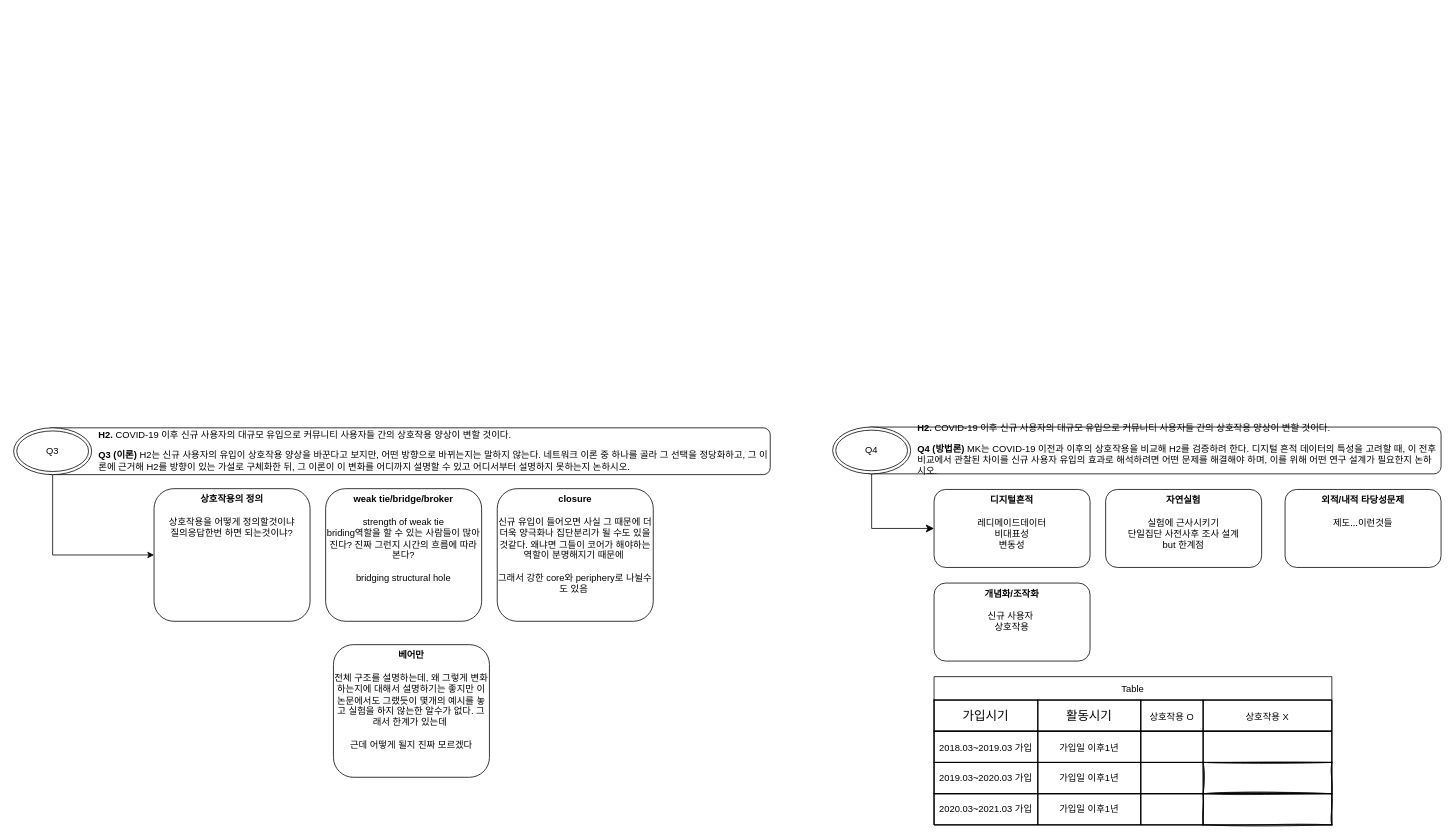
Above: Untitled Diagram.drawio in myokyunghan/drawio_for_qual (draw.io), before the change. Source tidied: cells renumbered, new cells numbered last; positions are measured from the earlier drawing's top-left corner, leaving out a move shared by most shapes. Both pictures are drawn from the tidied source at 78%, with x=0, y=0 at pixel (13, 426).
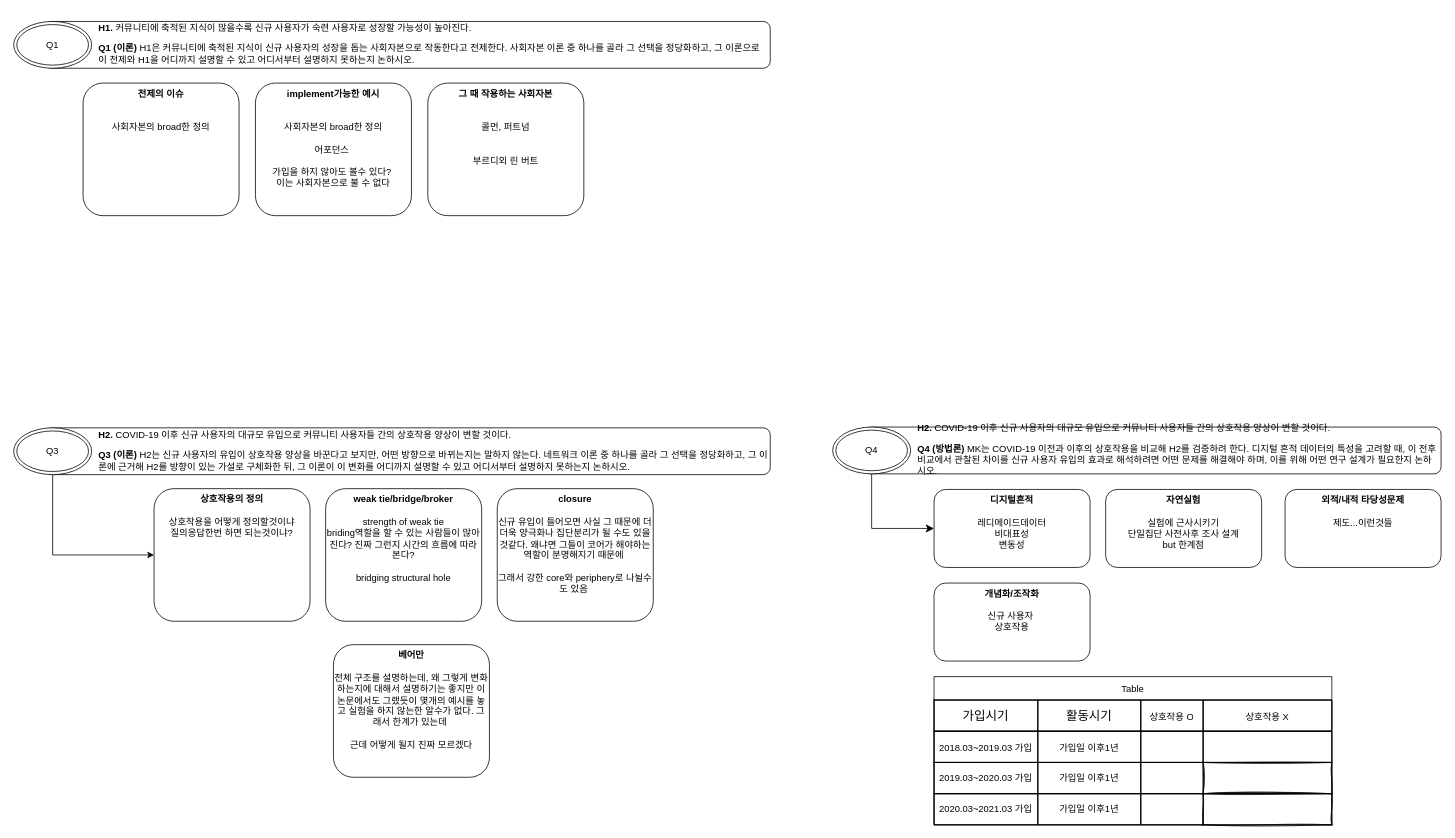
After the change.

What changed in the source:
```diff
@@
+    <mxCell id="39" value="&lt;div&gt;&lt;br&gt;&lt;/div&gt;" style="rounded=1;whiteSpace=wrap;html=1;roundedPerimeter=1;" parent="1" vertex="1">
+      <mxGeometry x="40" y="-519" width="930" height="60" as="geometry" />
+    </mxCell>
+    <mxCell id="40" value="Q1" style="ellipse;shape=doubleEllipse;whiteSpace=wrap;html=1;" parent="1" vertex="1">
+      <mxGeometry y="-519" width="100" height="60" as="geometry" />
+    </mxCell>
+    <mxCell id="41" value="&lt;p&gt;&lt;strong&gt;H1.&lt;/strong&gt;&amp;nbsp;&lt;span style=&quot;background-color: transparent; color: light-dark(#000000, var(--ge-light-color, #ffffff));&quot;&gt;커뮤니티에 축적된 지식이 많을수록 신규 사용자가 숙련 사용자로 성장할 가능성이 높아진다.&lt;/span&gt;&lt;/p&gt;&lt;p&gt;&lt;/p&gt;&lt;p&gt;&lt;/p&gt;&lt;p&gt;&lt;/p&gt;&lt;p&gt;&lt;strong&gt;Q1 (이론)&lt;/strong&gt; H1은 커뮤니티에 축적된 지식이 신규 사용자의 성장을 돕는 사회자본으로 작동한다고 전제한다. 사회자본 이론 중 하나를 골라 그 선택을 정당화하고, 그 이론으로 이 전제와 H1을 어디까지 설명할 수 있고 어디서부터 설명하지 못하는지 논하시오.&lt;/p&gt;" style="text;html=1;whiteSpace=wrap;strokeColor=none;fillColor=none;align=left;verticalAlign=middle;rounded=0;" parent="1" vertex="1">
+      <mxGeometry x="107" y="-520" width="863" height="60" as="geometry" />
+    </mxCell>
+    <mxCell id="42" value="&lt;b&gt;전제의 이슈&lt;/b&gt;&lt;div&gt;&lt;b&gt;&lt;br&gt;&lt;/b&gt;&lt;/div&gt;&lt;div&gt;&lt;b&gt;&lt;br&gt;&lt;/b&gt;&lt;/div&gt;&lt;div&gt;사회자본의 broad한 정의&lt;/div&gt;" style="rounded=1;whiteSpace=wrap;html=1;roundedPerimeter=1;verticalAlign=top;" parent="1" vertex="1">
+      <mxGeometry x="89" y="-440" width="200" height="170" as="geometry" />
+    </mxCell>
+    <mxCell id="43" value="&lt;b&gt;implement가능한 예시&lt;/b&gt;&lt;br&gt;&lt;div&gt;&lt;b&gt;&lt;br&gt;&lt;/b&gt;&lt;/div&gt;&lt;div&gt;&lt;b&gt;&lt;br&gt;&lt;/b&gt;&lt;/div&gt;&lt;div&gt;&lt;span style=&quot;background-color: transparent; color: light-dark(#000000, var(--ge-light-color, #ffffff));&quot;&gt;사회자본의 broad한 정의&lt;/span&gt;&lt;/div&gt;&lt;div&gt;&lt;span style=&quot;background-color: transparent; color: light-dark(#000000, var(--ge-light-color, #ffffff));&quot;&gt;&lt;br&gt;&lt;/span&gt;&lt;/div&gt;&lt;div&gt;&lt;span style=&quot;background-color: transparent; color: light-dark(#000000, var(--ge-light-color, #ffffff));&quot;&gt;어포던스&amp;nbsp;&lt;/span&gt;&lt;/div&gt;&lt;div&gt;&lt;span style=&quot;background-color: transparent; color: light-dark(#000000, var(--ge-light-color, #ffffff));&quot;&gt;&lt;br&gt;&lt;/span&gt;&lt;/div&gt;&lt;div&gt;&lt;div&gt;가입을 하지 않아도 볼수 있다?&amp;nbsp;&lt;/div&gt;&lt;div&gt;이는 사회자본으로 불 수 없다&lt;/div&gt;&lt;/div&gt;" style="rounded=1;whiteSpace=wrap;html=1;roundedPerimeter=1;verticalAlign=top;" parent="1" vertex="1">
+      <mxGeometry x="310" y="-440" width="200" height="170" as="geometry" />
+    </mxCell>
+    <mxCell id="44" value="&lt;b&gt;그 때 작용하는 사회자본&lt;/b&gt;&lt;br&gt;&lt;div&gt;&lt;b&gt;&lt;br&gt;&lt;/b&gt;&lt;/div&gt;&lt;div&gt;&lt;b&gt;&lt;br&gt;&lt;/b&gt;&lt;/div&gt;&lt;div&gt;콜먼, 퍼트넘&lt;/div&gt;&lt;div&gt;&lt;br&gt;&lt;/div&gt;&lt;div&gt;&lt;br&gt;&lt;/div&gt;&lt;div&gt;부르디외 린 버트&lt;/div&gt;" style="rounded=1;whiteSpace=wrap;html=1;roundedPerimeter=1;verticalAlign=top;" parent="1" vertex="1">
+      <mxGeometry x="531" y="-440" width="200" height="170" as="geometry" />
+    </mxCell>
```
